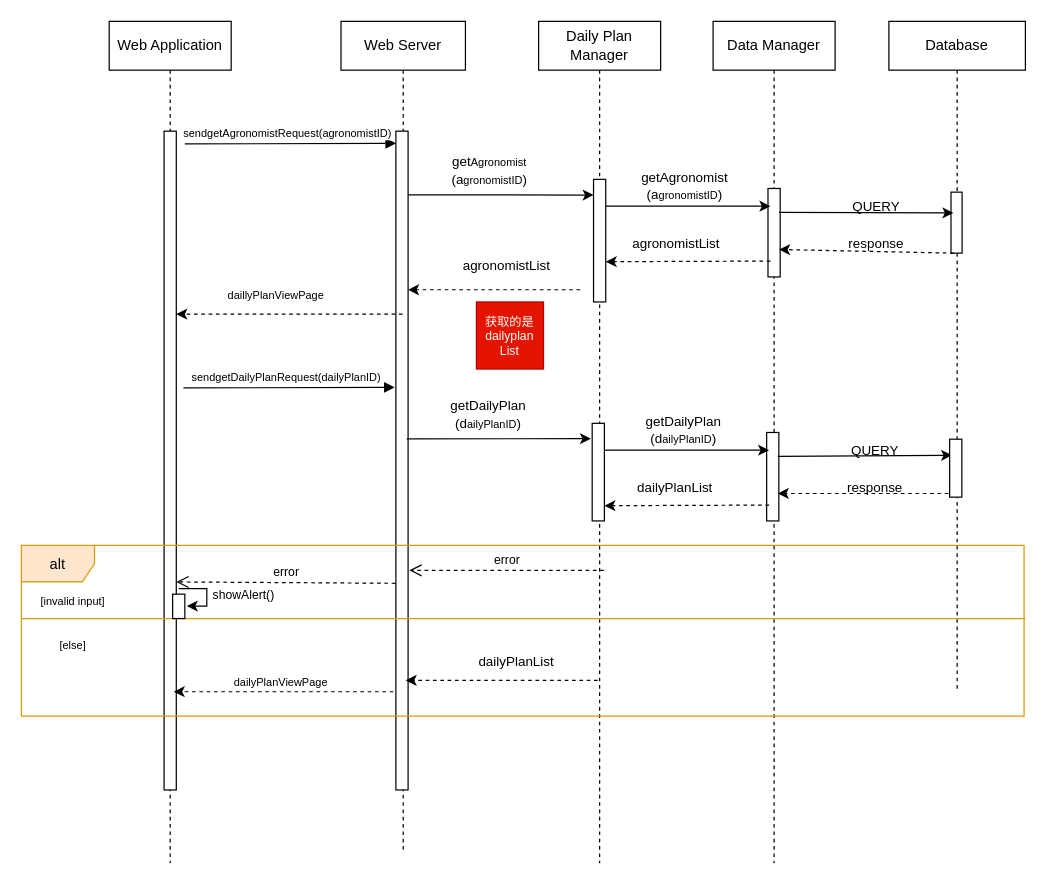
ictar/DREAM-SE2-Project-2022 keeps this draw.io diagram as page "PM-Understand-UC17" (17 of 18) of DD/UML/Runtime.drawio. Above is the earlier version. Source tidied: cells renumbered, new cells numbered last; positions are measured from the earlier drawing's top-left corner, leaving out a move shared by most shapes. Both pictures are drawn from the tidied source at 122%, with x=0, y=0 at pixel (21, 21).
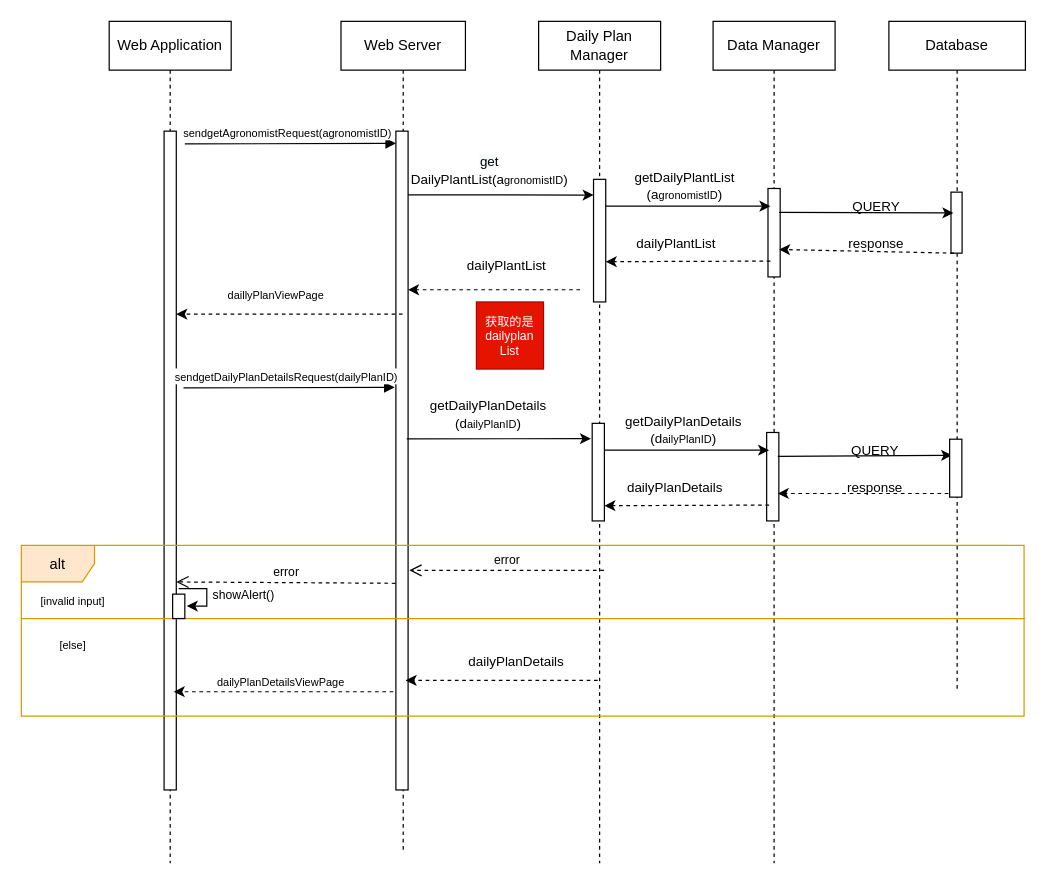
Above is the later version.

The change refers to these unchanged cells:
```xml
<mxCell id="9" value="Daily Plan Manager" style="shape=umlLifeline;perimeter=lifelinePerimeter;whiteSpace=wrap;html=1;" parent="1" vertex="1">
  <mxGeometry x="424" width="100" height="690" as="geometry" />
</mxCell>
```

What changed in the source:
```diff
@@
-    <mxCell id="10" value="&lt;div style=&quot;text-align: center&quot;&gt;&lt;span style=&quot;text-align: left ; font-size: 11px ; background-color: rgb(248 , 249 , 250)&quot;&gt;get&lt;/span&gt;&lt;span style=&quot;background-color: rgb(255 , 255 , 255) ; font-size: 9px ; text-align: left&quot;&gt;Agronomist&lt;/span&gt;&lt;/div&gt;&lt;font style=&quot;font-size: 11px&quot;&gt;(a&lt;span style=&quot;text-align: left ; background-color: rgb(255 , 255 , 255) ; font-size: 9px&quot;&gt;gronomist&lt;/span&gt;&lt;span style=&quot;background-color: rgb(255 , 255 , 255) ; font-family: &amp;#34;helvetica&amp;#34; ; font-size: 9px&quot;&gt;ID&lt;/span&gt;)&lt;/font&gt;" style="text;html=1;strokeColor=none;fillColor=none;align=center;verticalAlign=middle;whiteSpace=wrap;rounded=0;" parent="9" vertex="1">
+    <mxCell id="10" value="&lt;div style=&quot;text-align: center&quot;&gt;&lt;span style=&quot;text-align: left ; font-size: 11px ; background-color: rgb(248 , 249 , 250)&quot;&gt;get&lt;/span&gt;&lt;/div&gt;&lt;span style=&quot;font-size: 11px&quot;&gt;DailyPlantList&lt;/span&gt;&lt;font style=&quot;font-size: 11px&quot;&gt;(a&lt;span style=&quot;text-align: left ; background-color: rgb(255 , 255 , 255) ; font-size: 9px&quot;&gt;gronomist&lt;/span&gt;&lt;span style=&quot;background-color: rgb(255 , 255 , 255) ; font-family: &amp;#34;helvetica&amp;#34; ; font-size: 9px&quot;&gt;ID&lt;/span&gt;)&lt;/font&gt;" style="text;html=1;strokeColor=none;fillColor=none;align=center;verticalAlign=middle;whiteSpace=wrap;rounded=0;" parent="9" vertex="1">
       <mxGeometry x="-70" y="107" width="60" height="30" as="geometry" />
     </mxCell>
@@
-    <mxCell id="20" value="agronomistList" style="text;html=1;strokeColor=none;fillColor=none;align=center;verticalAlign=middle;whiteSpace=wrap;rounded=0;fontSize=11;" parent="9" vertex="1">
+    <mxCell id="20" value="dailyPlantList" style="text;html=1;strokeColor=none;fillColor=none;align=center;verticalAlign=middle;whiteSpace=wrap;rounded=0;fontSize=11;" parent="9" vertex="1">
       <mxGeometry x="83" y="167" width="60" height="30" as="geometry" />
     </mxCell>
@@
-    <mxCell id="22" value="&lt;span style=&quot;font-size: 11px&quot;&gt;getAgronomist&lt;/span&gt;&lt;br style=&quot;font-size: 11px&quot;&gt;&lt;span style=&quot;font-size: 11px&quot;&gt;(a&lt;/span&gt;&lt;span style=&quot;text-align: left ; background-color: rgb(255 , 255 , 255)&quot;&gt;gronomist&lt;font face=&quot;helvetica&quot;&gt;ID&lt;/font&gt;&lt;/span&gt;&lt;span style=&quot;font-size: 11px&quot;&gt;)&lt;/span&gt;" style="text;html=1;strokeColor=none;fillColor=none;align=center;verticalAlign=middle;whiteSpace=wrap;rounded=0;labelBackgroundColor=none;fontFamily=Helvetica;fontSize=9;" parent="9" vertex="1">
+    <mxCell id="22" value="&lt;span style=&quot;font-size: 11px&quot;&gt;getD&lt;/span&gt;&lt;span style=&quot;font-size: 11px&quot;&gt;ailyPlantList&lt;/span&gt;&lt;br style=&quot;font-size: 11px&quot;&gt;&lt;span style=&quot;font-size: 11px&quot;&gt;(a&lt;/span&gt;&lt;span style=&quot;text-align: left ; background-color: rgb(255 , 255 , 255)&quot;&gt;gronomist&lt;font face=&quot;helvetica&quot;&gt;ID&lt;/font&gt;&lt;/span&gt;&lt;span style=&quot;font-size: 11px&quot;&gt;)&lt;/span&gt;" style="text;html=1;strokeColor=none;fillColor=none;align=center;verticalAlign=middle;whiteSpace=wrap;rounded=0;labelBackgroundColor=none;fontFamily=Helvetica;fontSize=9;" parent="9" vertex="1">
       <mxGeometry x="90" y="119.5" width="60" height="30" as="geometry" />
     </mxCell>
-    <mxCell id="23" value="&lt;font style=&quot;font-size: 11px&quot;&gt;getDailyPlan&lt;br&gt;(d&lt;span style=&quot;font-family: &amp;#34;helvetica&amp;#34; ; font-size: 9px ; background-color: rgb(255 , 255 , 255)&quot;&gt;ailyPlanID&lt;/span&gt;)&lt;/font&gt;" style="text;html=1;strokeColor=none;fillColor=none;align=center;verticalAlign=middle;whiteSpace=wrap;rounded=0;" parent="1" vertex="1">
+    <mxCell id="23" value="&lt;font style=&quot;font-size: 11px&quot;&gt;getDailyPlanDetails&lt;br&gt;(d&lt;span style=&quot;font-family: &amp;#34;helvetica&amp;#34; ; font-size: 9px ; background-color: rgb(255 , 255 , 255)&quot;&gt;ailyPlanID&lt;/span&gt;)&lt;/font&gt;" style="text;html=1;strokeColor=none;fillColor=none;align=center;verticalAlign=middle;whiteSpace=wrap;rounded=0;" parent="1" vertex="1">
       <mxGeometry x="352.9" y="307" width="60" height="30" as="geometry" />
     </mxCell>
@@
-    <mxCell id="31" value="dailyPlanList" style="text;html=1;strokeColor=none;fillColor=none;align=center;verticalAlign=middle;whiteSpace=wrap;rounded=0;fontSize=11;" parent="1" vertex="1">
+    <mxCell id="31" value="dailyPlanDetails" style="text;html=1;strokeColor=none;fillColor=none;align=center;verticalAlign=middle;whiteSpace=wrap;rounded=0;fontSize=11;" parent="1" vertex="1">
       <mxGeometry x="375.9" y="509.5" width="60" height="30" as="geometry" />
     </mxCell>
@@
-    <mxCell id="33" value="&lt;span style=&quot;font-family: &amp;#34;helvetica&amp;#34; ; font-size: 9px ; background-color: rgb(255 , 255 , 255)&quot;&gt;dailyPlanViewPage&lt;/span&gt;" style="text;html=1;strokeColor=none;fillColor=none;align=center;verticalAlign=middle;whiteSpace=wrap;rounded=0;fontSize=11;" parent="1" vertex="1">
+    <mxCell id="33" value="&lt;span style=&quot;font-family: &amp;#34;helvetica&amp;#34; ; font-size: 9px ; background-color: rgb(255 , 255 , 255)&quot;&gt;dailyPlanDetailsViewPage&lt;/span&gt;" style="text;html=1;strokeColor=none;fillColor=none;align=center;verticalAlign=middle;whiteSpace=wrap;rounded=0;fontSize=11;" parent="1" vertex="1">
       <mxGeometry x="184" y="525.5" width="57.9" height="30" as="geometry" />
     </mxCell>
-    <mxCell id="34" value="&lt;div style=&quot;text-align: left&quot;&gt;&lt;span style=&quot;font-size: 9px&quot;&gt;sendgetDailyPlanRequest(d&lt;/span&gt;&lt;span style=&quot;font-family: &amp;#34;helvetica&amp;#34; ; font-size: 9px ; text-align: center&quot;&gt;ailyPlanID&lt;/span&gt;&lt;span style=&quot;font-size: 9px&quot;&gt;)&lt;/span&gt;&lt;/div&gt;" style="html=1;verticalAlign=bottom;endArrow=block;rounded=0;" parent="1" edge="1">
+    <mxCell id="34" value="&lt;div style=&quot;text-align: left&quot;&gt;&lt;span style=&quot;font-size: 9px&quot;&gt;sendgetDailyPlanDetailsRequest(d&lt;/span&gt;&lt;span style=&quot;font-family: &amp;#34;helvetica&amp;#34; ; font-size: 9px ; text-align: center&quot;&gt;ailyPlanID&lt;/span&gt;&lt;span style=&quot;font-size: 9px&quot;&gt;)&lt;/span&gt;&lt;/div&gt;" style="html=1;verticalAlign=bottom;endArrow=block;rounded=0;" parent="1" edge="1">
       <mxGeometry x="-0.03" relative="1" as="geometry">
         <mxPoint x="132.9" y="300.5" as="sourcePoint" />
         <mxPoint x="305.9" y="300" as="targetPoint" />
       </mxGeometry>
     </mxCell>
@@
-    <mxCell id="41" value="dailyPlanList" style="text;html=1;strokeColor=none;fillColor=none;align=center;verticalAlign=middle;whiteSpace=wrap;rounded=0;fontSize=11;" parent="1" vertex="1">
+    <mxCell id="41" value="dailyPlanDetails" style="text;html=1;strokeColor=none;fillColor=none;align=center;verticalAlign=middle;whiteSpace=wrap;rounded=0;fontSize=11;" parent="1" vertex="1">
       <mxGeometry x="505.9" y="367" width="60" height="30" as="geometry" />
     </mxCell>
@@
-    <mxCell id="45" value="&lt;span style=&quot;font-size: 11px&quot;&gt;getDailyPlan&lt;/span&gt;&lt;br style=&quot;font-size: 11px&quot;&gt;&lt;span style=&quot;font-size: 11px&quot;&gt;(d&lt;/span&gt;&lt;span style=&quot;font-family: &amp;#34;helvetica&amp;#34; ; background-color: rgb(255 , 255 , 255)&quot;&gt;ailyPlanID&lt;/span&gt;&lt;span style=&quot;font-size: 11px&quot;&gt;)&lt;/span&gt;" style="text;html=1;strokeColor=none;fillColor=none;align=center;verticalAlign=middle;whiteSpace=wrap;rounded=0;labelBackgroundColor=none;fontFamily=Helvetica;fontSize=9;" parent="1" vertex="1">
+    <mxCell id="45" value="&lt;span style=&quot;font-size: 11px&quot;&gt;getDailyPlanDetails&lt;/span&gt;&lt;br style=&quot;font-size: 11px&quot;&gt;&lt;span style=&quot;font-size: 11px&quot;&gt;(d&lt;/span&gt;&lt;span style=&quot;font-family: &amp;#34;helvetica&amp;#34; ; background-color: rgb(255 , 255 , 255)&quot;&gt;ailyPlanID&lt;/span&gt;&lt;span style=&quot;font-size: 11px&quot;&gt;)&lt;/span&gt;" style="text;html=1;strokeColor=none;fillColor=none;align=center;verticalAlign=middle;whiteSpace=wrap;rounded=0;labelBackgroundColor=none;fontFamily=Helvetica;fontSize=9;" parent="1" vertex="1">
       <mxGeometry x="512.9" y="319.5" width="60" height="30" as="geometry" />
     </mxCell>
@@
-    <mxCell id="50" value="agronomistList" style="text;html=1;strokeColor=none;fillColor=none;align=center;verticalAlign=middle;whiteSpace=wrap;rounded=0;fontSize=11;" parent="1" vertex="1">
+    <mxCell id="50" value="dailyPlantList" style="text;html=1;strokeColor=none;fillColor=none;align=center;verticalAlign=middle;whiteSpace=wrap;rounded=0;fontSize=11;" parent="1" vertex="1">
       <mxGeometry x="368" y="185" width="60" height="30" as="geometry" />
     </mxCell>
```
